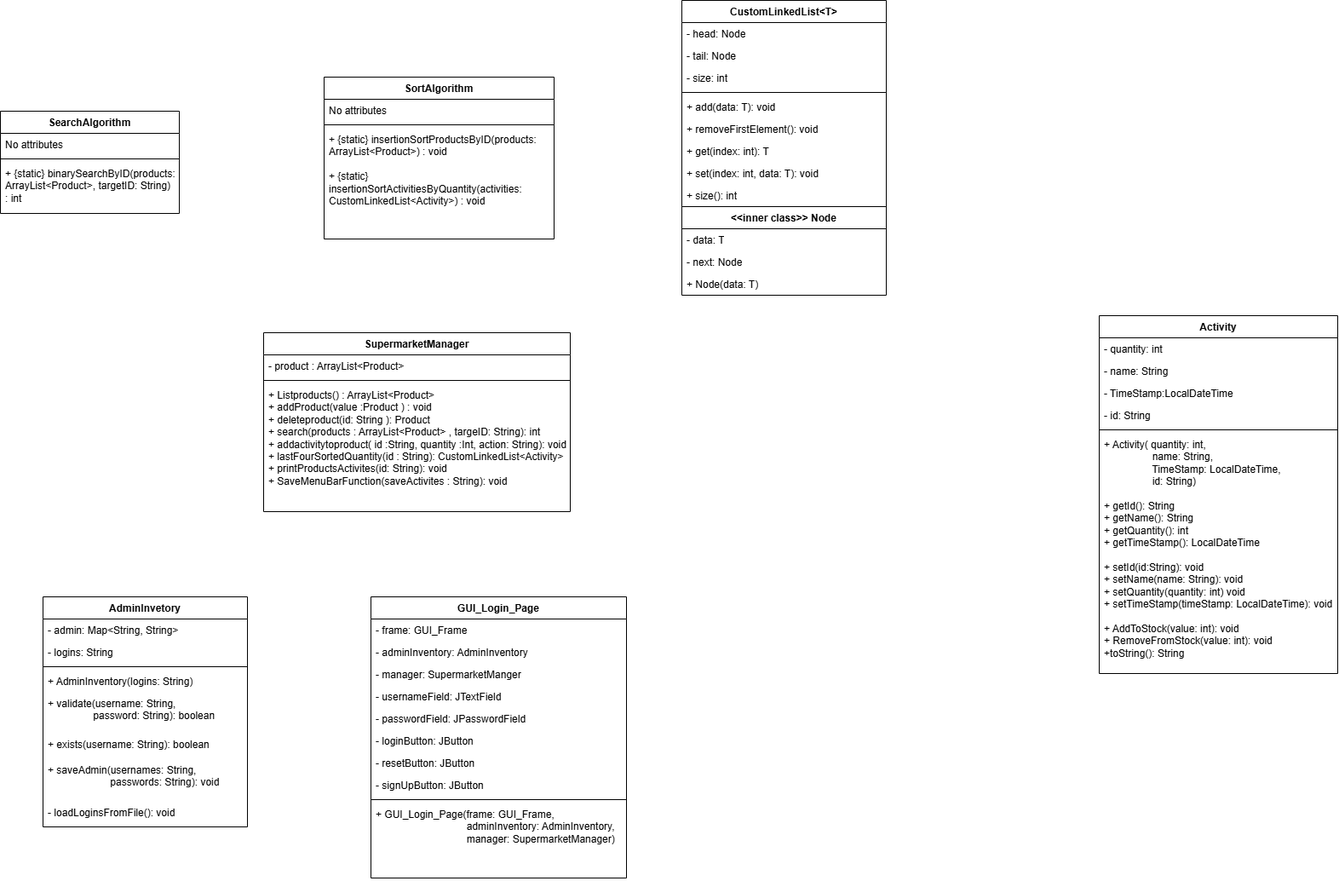
The draw.io diagram SupermarketMangementSystemUMLdiagram.drawio.png in helgabear26/CS5003-Coursework1-Supermarket-Project, before a commit. Source tidied: cells renumbered, new cells last; positions are measured from the earlier drawing's top-left corner, leaving out a move shared by most shapes.
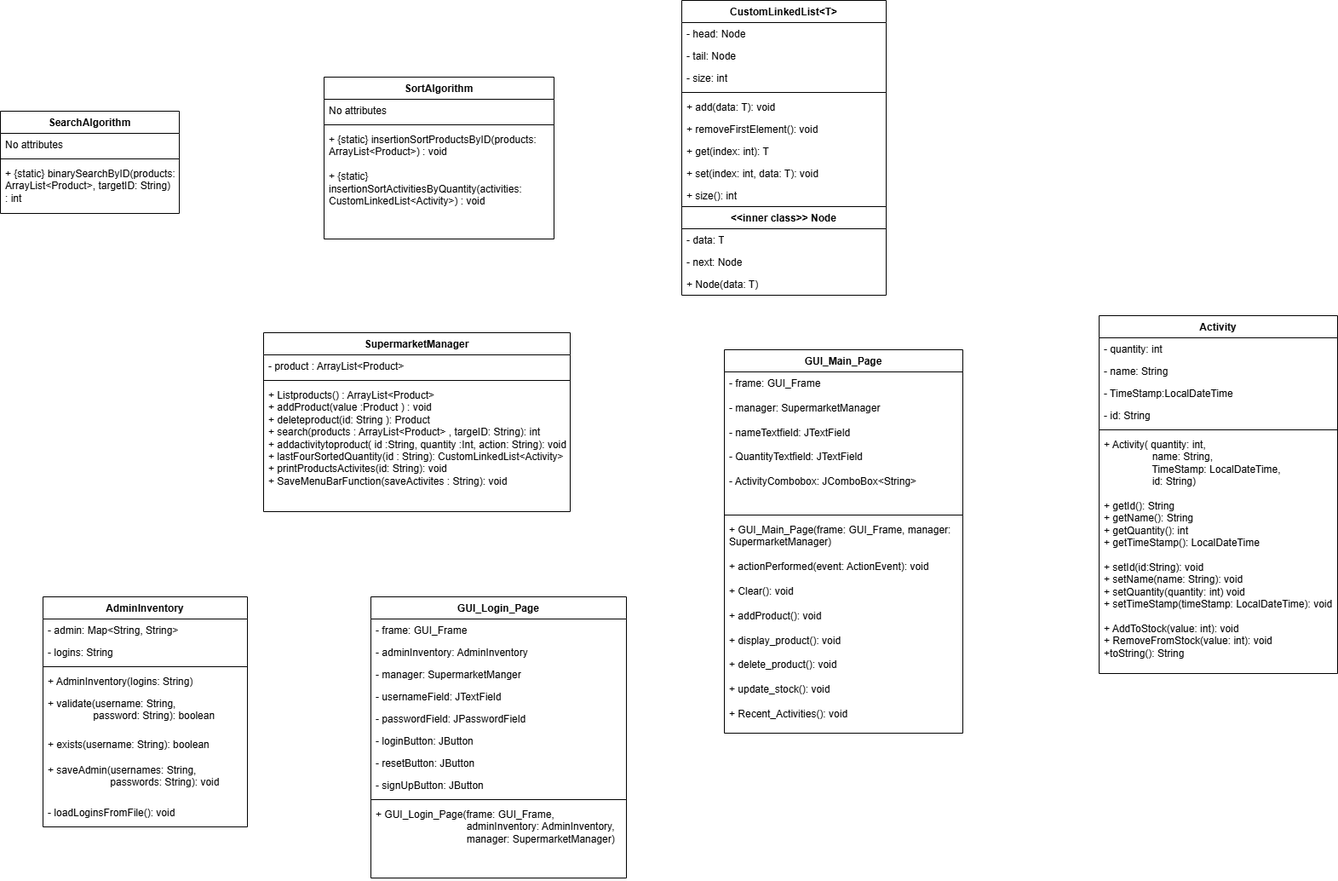
After the change.

What changed in the source:
```diff
@@ -101,7 +101,7 @@
     <mxCell id="34" value="&lt;div style=&quot;&quot;&gt;+ Node(data: T)&lt;/div&gt;" style="text;strokeColor=none;fillColor=none;align=left;verticalAlign=top;spacingLeft=4;spacingRight=4;overflow=hidden;whiteSpace=wrap;html=1;" parent="21" vertex="1">
       <mxGeometry y="320" width="240" height="26" as="geometry" />
     </mxCell>
-    <mxCell id="35" value="AdminInvetory" style="swimlane;fontStyle=1;align=center;verticalAlign=top;horizontal=1;startSize=26;whiteSpace=wrap;html=1;" parent="1" vertex="1">
+    <mxCell id="35" value="AdminInventory" style="swimlane;fontStyle=1;align=center;verticalAlign=top;horizontal=1;startSize=26;whiteSpace=wrap;html=1;" parent="1" vertex="1">
       <mxGeometry x="50" y="700" width="240" height="270" as="geometry" />
     </mxCell>
     <mxCell id="36" value="- admin: Map&amp;lt;String, String&amp;gt;" style="text;strokeColor=none;fillColor=none;align=left;verticalAlign=top;spacingLeft=4;spacingRight=4;overflow=hidden;whiteSpace=wrap;html=1;" parent="35" vertex="1">
@@ -161,5 +161,17 @@
     <mxCell id="54" value="+ GUI_Login_Page(frame: GUI_Frame,&lt;div&gt;&lt;span style=&quot;white-space: pre;&quot;&gt;&#9;&lt;/span&gt;&lt;span style=&quot;white-space: pre;&quot;&gt;&#9;&lt;/span&gt;&lt;span style=&quot;white-space: pre;&quot;&gt;&#9;&lt;/span&gt;&lt;span style=&quot;white-space: pre;&quot;&gt;&#9;&lt;/span&gt;adminInventory: AdminInventory,&amp;nbsp;&lt;/div&gt;&lt;div&gt;&lt;span style=&quot;white-space: pre;&quot;&gt;&#9;&lt;/span&gt;&lt;span style=&quot;white-space: pre;&quot;&gt;&#9;&lt;/span&gt;&lt;span style=&quot;white-space: pre;&quot;&gt;&#9;&lt;/span&gt;&lt;span style=&quot;white-space: pre;&quot;&gt;&#9;&lt;/span&gt;manager: SupermarketManager)&lt;/div&gt;" style="text;strokeColor=none;fillColor=none;align=left;verticalAlign=top;spacingLeft=4;spacingRight=4;overflow=hidden;whiteSpace=wrap;html=1;" parent="44" vertex="1">
       <mxGeometry y="242" width="300" height="88" as="geometry" />
     </mxCell>
+    <mxCell id="55" value="GUI_Main_Page" style="swimlane;fontStyle=1;align=center;verticalAlign=top;horizontal=1;startSize=26;whiteSpace=wrap;html=1;" parent="1" vertex="1">
+      <mxGeometry x="850" y="410" width="280" height="450" as="geometry" />
+    </mxCell>
+    <mxCell id="56" value="- frame: GUI_Frame&lt;div&gt;&lt;br&gt;&lt;/div&gt;&lt;div&gt;- manager: SupermarketManager&lt;/div&gt;&lt;div&gt;&lt;br&gt;&lt;/div&gt;&lt;div&gt;- nameTextfield: JTextField&lt;/div&gt;&lt;div&gt;&lt;br&gt;&lt;/div&gt;&lt;div&gt;- QuantityTextfield: JTextField&lt;/div&gt;&lt;div&gt;&lt;br&gt;&lt;/div&gt;&lt;div&gt;- ActivityCombobox: JComboBox&amp;lt;String&amp;gt;&lt;/div&gt;" style="text;strokeColor=none;fillColor=none;align=left;verticalAlign=top;spacingLeft=4;spacingRight=4;overflow=hidden;whiteSpace=wrap;html=1;" parent="55" vertex="1">
+      <mxGeometry y="26" width="280" height="164" as="geometry" />
+    </mxCell>
+    <mxCell id="57" style="line;strokeWidth=1;fillColor=none;align=left;verticalAlign=middle;spacingTop=-1;spacingLeft=3;spacingRight=3;labelPosition=right;strokeColor=inherit;" parent="55" vertex="1">
+      <mxGeometry y="190" width="280" height="8" as="geometry" />
+    </mxCell>
+    <mxCell id="58" value="+ GUI_Main_Page(frame: GUI_Frame, manager: SupermarketManager)&lt;div&gt;&lt;br&gt;&lt;/div&gt;&lt;div&gt;+ actionPerformed(event: ActionEvent): void&lt;/div&gt;&lt;div&gt;&lt;br&gt;&lt;/div&gt;&lt;div&gt;+ Clear(): void&lt;/div&gt;&lt;div&gt;&lt;br&gt;&lt;/div&gt;&lt;div&gt;+ addProduct(): void&lt;/div&gt;&lt;div&gt;&lt;br&gt;&lt;/div&gt;&lt;div&gt;+ display_product(): void&lt;/div&gt;&lt;div&gt;&lt;br&gt;&lt;/div&gt;&lt;div&gt;+ delete_product(): void&lt;/div&gt;&lt;div&gt;&lt;br&gt;&lt;/div&gt;&lt;div&gt;+ update_stock(): void&lt;/div&gt;&lt;div&gt;&lt;br&gt;&lt;/div&gt;&lt;div&gt;+ Recent_Activities(): void&lt;/div&gt;" style="text;strokeColor=none;fillColor=none;align=left;verticalAlign=top;spacingLeft=4;spacingRight=4;overflow=hidden;whiteSpace=wrap;html=1;" parent="55" vertex="1">
+      <mxGeometry y="198" width="280" height="252" as="geometry" />
+    </mxCell>
   </root>
 </mxGraphModel>
```
